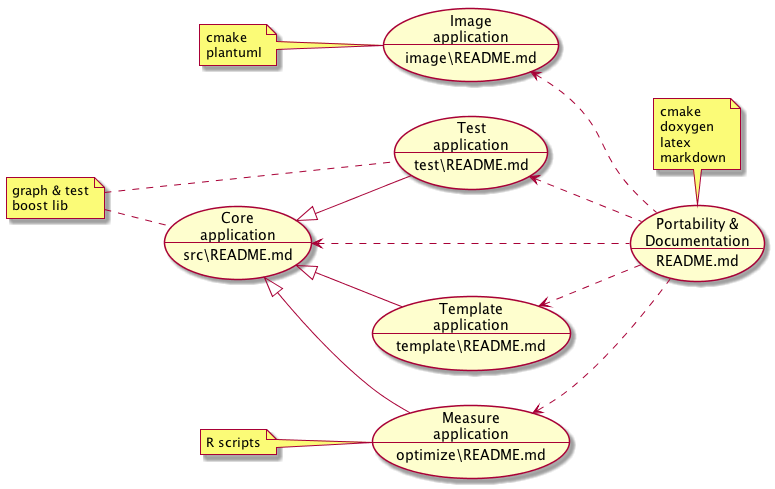
xue2sheng/GenealogicalTree keeps this PlantUML diagram as image/approach.png. Above is the earlier version.
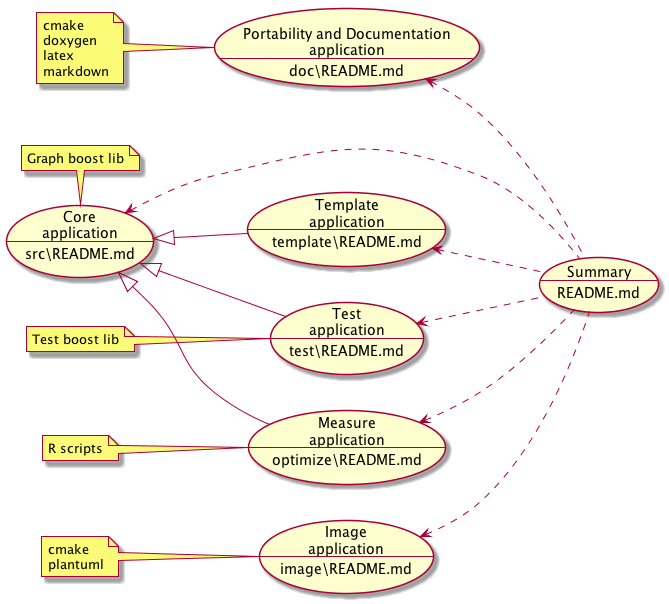
The same file after the commit.

Commit message:
Added extra README.md and updated related image (approach)

Diff of the diagram source:
```diff
@@ -1,23 +1,24 @@
 @startuml approach.png
 left to right direction
+(Portability and Documentation\napplication\n--\ndoc\README.md) as (Doc)
 (Image\napplication\n--\nimage\README.md) as (Image)
 (Template\napplication\n--\ntemplate\README.md) as (Template)
 (Test\napplication\n--\ntest\README.md) as (Test)
-(Portability &\nDocumentation\n--\nREADME.md) as (Doc)
+(Summary\n--\nREADME.md) as (Summary)
 (Measure\napplication\n--\noptimize\README.md) as (Measure)
 (Core\napplication\n--\nsrc\README.md) as (Core)
-(Template) <.. (Doc)
-(Image) <.. (Doc)
-(Test) <.. (Doc)
-(Measure) <.. (Doc)
-(Core) <.. (Doc)
+(Doc) <.. (Summary)
+(Template) <.. (Summary)
+(Image) <.. (Summary)
+(Test) <.. (Summary)
+(Measure) <.. (Summary)
+(Core) <.. (Summary)
 (Core) <|-- (Template)
 (Core) <|-- (Test)
 (Core) <|-- (Measure)
-note top of (Doc): cmake\ndoxygen\nlatex\nmarkdown
+note left of (Doc): cmake\ndoxygen\nlatex\nmarkdown
 note left of (Image): cmake\nplantuml
 note left of (Measure): R scripts
-note "graph & test\nboost lib" as boost
-boost .. (Core)
-boost .. (Test)
+note top of (Core): Graph boost lib
+note left of (Test): Test boost lib
 @enduml
```
